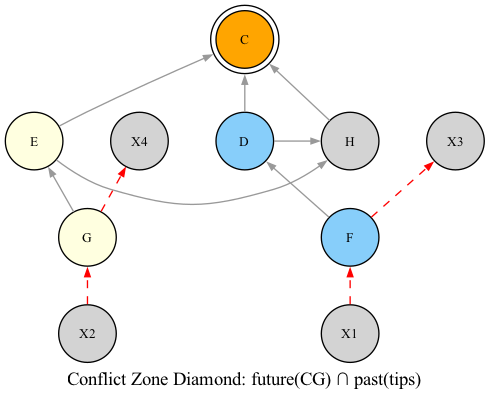
Before: png/03-conflict-zone-diamond.png, a diagram exported from Graphviz (coderofstuff/dk-wiki). Its source is kept beside it as dot/03-conflict-zone-diamond.dot. Its diagram source:
```dot
digraph conflict_zone_diamond {
    rankdir=BT;
    nodesep=0.5;
    ranksep=0.4;
    node [shape=circle, style=filled, fontsize=10, width=0.6, height=0.6];
    edge [arrowsize=0.6, color=gray60];

    label="Conflict Zone Diamond: future(CG) ∩ past(tips)";

    F [label="F", fillcolor=lightskyblue];
    G [label="G", fillcolor=lightyellow];
    D [label="D", fillcolor=lightskyblue];
    E [label="E", fillcolor=lightyellow];
    H [label="H", fillcolor=lightgray];
    C [label="C", fillcolor=orange, shape=doublecircle];

    OUTSIDE1 [label="X1", fillcolor=lightgray];
    OUTSIDE2 [label="X2", fillcolor=lightgray];
    OUTSIDE3 [label="X3", fillcolor=lightgray];
    OUTSIDE4 [label="X4", fillcolor=lightgray];

    F -> D;
    G -> E;
    D -> C;
    E -> C;
    D -> H;
    E -> H;
    H -> C;

    OUTSIDE1 -> F [style=dashed, color=red];
    OUTSIDE2 -> G [style=dashed, color=red];
    F -> OUTSIDE3 [style=dashed, color=red];
    G -> OUTSIDE4 [style=dashed, color=red];

    { rank=same; OUTSIDE1; OUTSIDE2; }
    { rank=same; F; G; }
    { rank=same; D; E; H; }
    { rank=same; C; }
    { rank=same; OUTSIDE3; OUTSIDE4; }

    subgraph cluster_diamond {
        label="CONFLICT ZONE (diamond)\nfuture(CG) ∩ past(tips)\nOnly these blocks are colored and voted";
        labelloc=t;
        style=filled;
        fillcolor=moccasin;
        F; G; D; E; H; C;
    }
}
```
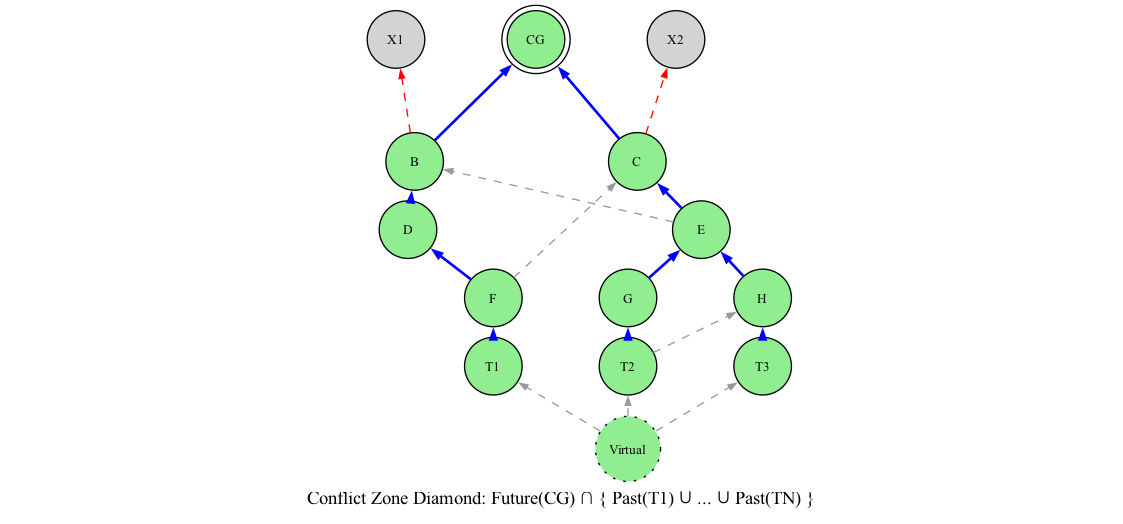
The same file after the commit.

Commit message:
Improve on conflict zone graphics

What changed in the source:
```diff
@@ -1,48 +1,57 @@
 digraph conflict_zone_diamond {
     rankdir=BT;
-    nodesep=0.5;
-    ranksep=0.4;
+    nodesep=0.8;
+    ranksep=0.1;
     node [shape=circle, style=filled, fontsize=10, width=0.6, height=0.6];
     edge [arrowsize=0.6, color=gray60];
 
-    label="Conflict Zone Diamond: future(CG) ∩ past(tips)";
+    label="Conflict Zone Diamond: Future(CG) ∩ { Past(T1) ∪ ... ∪ Past(TN) }";
+    labelloc=b;
 
-    F [label="F", fillcolor=lightskyblue];
-    G [label="G", fillcolor=lightyellow];
-    D [label="D", fillcolor=lightskyblue];
-    E [label="E", fillcolor=lightyellow];
-    H [label="H", fillcolor=lightgray];
-    C [label="C", fillcolor=orange, shape=doublecircle];
+    CG [label="CG", fillcolor=lightgreen, shape=doublecircle];
 
-    OUTSIDE1 [label="X1", fillcolor=lightgray];
-    OUTSIDE2 [label="X2", fillcolor=lightgray];
-    OUTSIDE3 [label="X3", fillcolor=lightgray];
-    OUTSIDE4 [label="X4", fillcolor=lightgray];
+    Virtual [label="Virtual", shape=circle, style="dotted,filled", fillcolor=lightgreen];
 
-    F -> D;
-    G -> E;
-    D -> C;
-    E -> C;
-    D -> H;
-    E -> H;
-    H -> C;
+    subgraph cluster_left {
+        style=invis;
+        B [label="B", fillcolor=lightgreen];
+        D [label="D", fillcolor=lightgreen];
+        F [label="F", fillcolor=lightgreen];
+        T1 [label="T1", fillcolor=lightgreen];
+    }
 
-    OUTSIDE1 -> F [style=dashed, color=red];
-    OUTSIDE2 -> G [style=dashed, color=red];
-    F -> OUTSIDE3 [style=dashed, color=red];
-    G -> OUTSIDE4 [style=dashed, color=red];
+    subgraph cluster_right {
+        style=invis;
+        C [label="C", fillcolor=lightgreen];
+        E [label="E", fillcolor=lightgreen];
+        G [label="G", fillcolor=lightgreen];
+        T2 [label="T2", fillcolor=lightgreen];
+        H [label="H", fillcolor=lightgreen];
+        T3 [label="T3", fillcolor=lightgreen];
+    }
 
-    { rank=same; OUTSIDE1; OUTSIDE2; }
-    { rank=same; F; G; }
-    { rank=same; D; E; H; }
-    { rank=same; C; }
-    { rank=same; OUTSIDE3; OUTSIDE4; }
+    X1 [label="X1", fillcolor=lightgray, style=filled];
+    X2 [label="X2", fillcolor=lightgray, style=filled];
 
-    subgraph cluster_diamond {
-        label="CONFLICT ZONE (diamond)\nfuture(CG) ∩ past(tips)\nOnly these blocks are colored and voted";
-        labelloc=t;
-        style=filled;
-        fillcolor=moccasin;
-        F; G; D; E; H; C;
-    }
+    B -> CG [color=blue, penwidth=2.0];
+    C -> CG [color=blue, penwidth=2.0];
+    D -> B [color=blue, penwidth=2.0];
+    E -> C [color=blue, penwidth=2.0];
+    F -> D [color=blue, penwidth=2.0];
+    G -> E [color=blue, penwidth=2.0];
+    H -> E [color=blue, penwidth=2.0];
+    T1 -> F [color=blue, penwidth=2.0];
+    T2 -> G [color=blue, penwidth=2.0];
+    T3 -> H [color=blue, penwidth=2.0];
+
+    T2 -> H [color=gray60, penwidth=1.0, style=dashed];
+    F -> C [color=gray60, penwidth=1.0, style=dashed];
+    E -> B [color=gray60, penwidth=1.0, style=dashed];
+
+    B -> X1 [style=dashed, color=red];
+    C -> X2 [style=dashed, color=red];
+
+    Virtual -> T1 [color=gray60, penwidth=1.0, style=dashed];
+    Virtual -> T2 [color=gray60, penwidth=1.0, style=dashed];
+    Virtual -> T3 [color=gray60, penwidth=1.0, style=dashed];
 }
```
